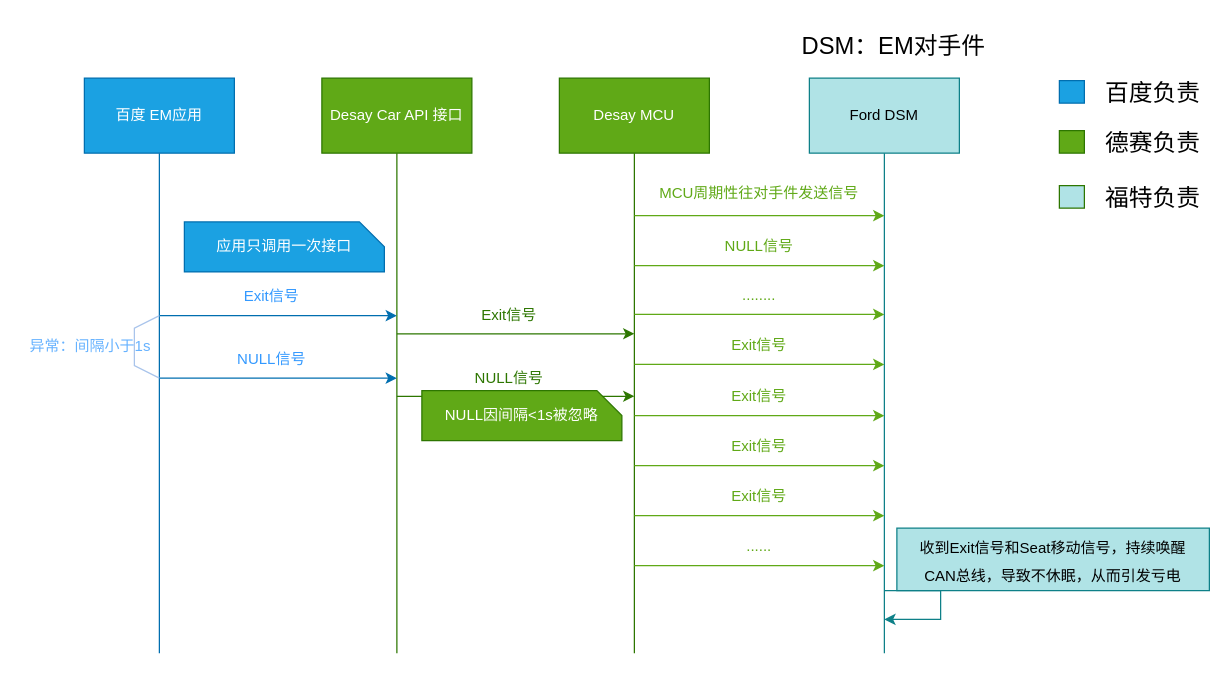
Before: page "第 10 页" (10 of 10) of 未命名绘图.drawio in songlongGithub/CustomDemo, a draw.io diagram. Source tidied: cells renumbered, new cells numbered last; positions are measured from the earlier drawing's top-left corner, leaving out a move shared by most shapes. Both pictures are drawn from the tidied source at 125%, with x=0, y=0 at pixel (21, 21).
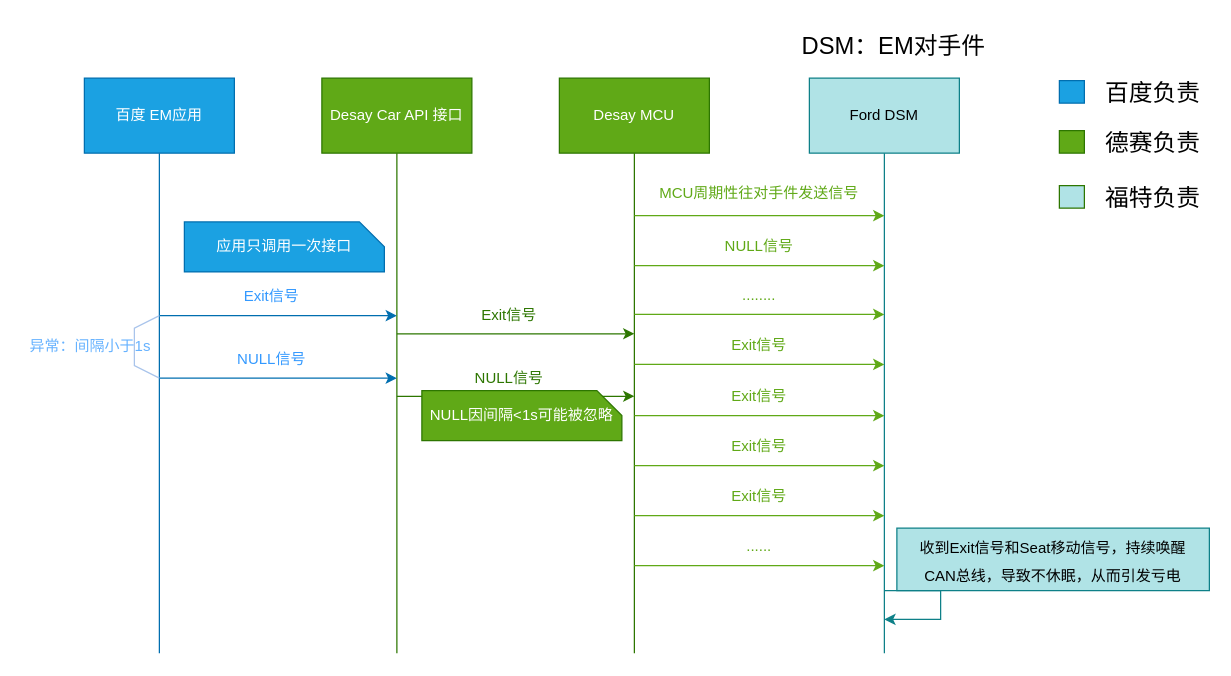
After the change.

Commit message:
更新未命名绘图.drawio

The edit, as a diff of the source:
```diff
@@
-    <mxCell id="18" value="NULL因间隔&amp;lt;1s被忽略" style="shape=card;whiteSpace=wrap;html=1;direction=south;size=20;fillColor=#60a917;strokeColor=#2D7600;fontColor=#ffffff;" parent="1" vertex="1">
+    <mxCell id="18" value="NULL因间隔&amp;lt;1s可能被忽略" style="shape=card;whiteSpace=wrap;html=1;direction=south;size=20;fillColor=#60a917;strokeColor=#2D7600;fontColor=#ffffff;" parent="1" vertex="1">
       <mxGeometry x="320" y="295" width="160" height="40" as="geometry" />
     </mxCell>
```
